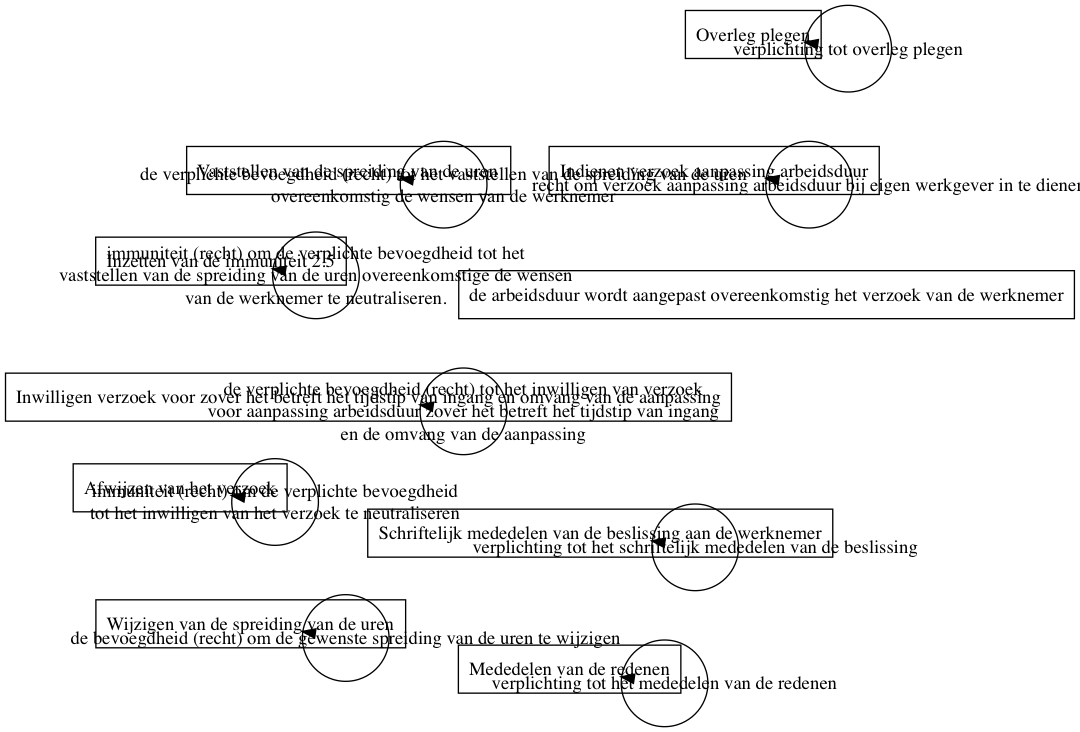
Earlier version of the Graphviz export graphviz/visualiser.png (diederikd/DeBrug). Its source is kept beside it as graphviz/visualiser.gv. The source it was exported from:
```dot




digraph diagram{
node [shape=box];"Indienen verzoek aanpassing arbeidsduur"; "Overleg plegen"; "Inwilligen verzoek voor zover het betreft het tijdstip van ingang en omvang van de aanpassing"; "Afwijzen van het verzoek"; "Vaststellen van de spreiding van de uren"; "Wijzigen van de spreiding van de uren"; "Inzetten van de immuniteit 2.5"; "Schriftelijk mededelen van de beslissing aan de werknemer"; "Mededelen van de redenen"; "de arbeidsduur wordt aangepast overeenkomstig het verzoek van de werknemer";
node [shape=circle,fixedsize=true,width=0.9];"recht om verzoek aanpassing arbeidsduur bij eigen werkgever in te dienen"; "verplichting tot overleg plegen"; "de verplichte bevoegdheid (recht) tot het inwilligen van verzoek
voor aanpassing arbeidsduur zover het betreft het tijdstip van ingang
en de omvang van de aanpassing"; "immuniteit (recht) om de verplichte bevoegdheid
tot het inwilligen van het verzoek te neutraliseren"; "de verplichte bevoegdheid (recht) tot het vaststellen van de spreiding van de uren
overeenkomstig de wensen van de werknemer"; "immuniteit (recht) om de verplichte bevoegdheid tot het
vaststellen van de spreiding van de uren overeenkomstige de wensen
van de werknemer te neutraliseren."; "de bevoegdheid (recht) om de gewenste spreiding van de uren te wijzigen"; "verplichting tot het schriftelijk mededelen van de beslissing"; "verplichting tot het mededelen van de redenen";
"recht om verzoek aanpassing arbeidsduur bij eigen werkgever in te dienen"->"Indienen verzoek aanpassing arbeidsduur";
"verplichting tot overleg plegen"->"Overleg plegen";
"de verplichte bevoegdheid (recht) tot het inwilligen van verzoek
voor aanpassing arbeidsduur zover het betreft het tijdstip van ingang
en de omvang van de aanpassing"->"Inwilligen verzoek voor zover het betreft het tijdstip van ingang en omvang van de aanpassing";
"immuniteit (recht) om de verplichte bevoegdheid
tot het inwilligen van het verzoek te neutraliseren"->"Afwijzen van het verzoek";
"de verplichte bevoegdheid (recht) tot het vaststellen van de spreiding van de uren
overeenkomstig de wensen van de werknemer"->"Vaststellen van de spreiding van de uren";
"immuniteit (recht) om de verplichte bevoegdheid tot het
vaststellen van de spreiding van de uren overeenkomstige de wensen
van de werknemer te neutraliseren."->"Inzetten van de immuniteit 2.5";
"de bevoegdheid (recht) om de gewenste spreiding van de uren te wijzigen"->"Wijzigen van de spreiding van de uren";
"verplichting tot het schriftelijk mededelen van de beslissing"->"Schriftelijk mededelen van de beslissing aan de werknemer";
"verplichting tot het mededelen van de redenen"->"Mededelen van de redenen";
"Indienen verzoek aanpassing arbeidsduur"->"verplichting tot overleg plegen";"Indienen verzoek aanpassing arbeidsduur"->"de verplichte bevoegdheid (recht) tot het inwilligen van verzoek
voor aanpassing arbeidsduur zover het betreft het tijdstip van ingang
en de omvang van de aanpassing";"Indienen verzoek aanpassing arbeidsduur"->"immuniteit (recht) om de verplichte bevoegdheid
tot het inwilligen van het verzoek te neutraliseren";"Inwilligen verzoek voor zover het betreft het tijdstip van ingang en omvang van de aanpassing"->"de verplichte bevoegdheid (recht) tot het vaststellen van de spreiding van de uren
overeenkomstig de wensen van de werknemer";"Inwilligen verzoek voor zover het betreft het tijdstip van ingang en omvang van de aanpassing"->"immuniteit (recht) om de verplichte bevoegdheid tot het
vaststellen van de spreiding van de uren overeenkomstige de wensen
van de werknemer te neutraliseren.";"Afwijzen van het verzoek"->"verplichting tot het schriftelijk mededelen van de beslissing";"Afwijzen van het verzoek"->"verplichting tot het mededelen van de redenen";"Vaststellen van de spreiding van de uren"->"verplichting tot het mededelen van de redenen";"Wijzigen van de spreiding van de uren"->"verplichting tot het mededelen van de redenen";"Inzetten van de immuniteit 2.5"->"de bevoegdheid (recht) om de gewenste spreiding van de uren te wijzigen";}
```
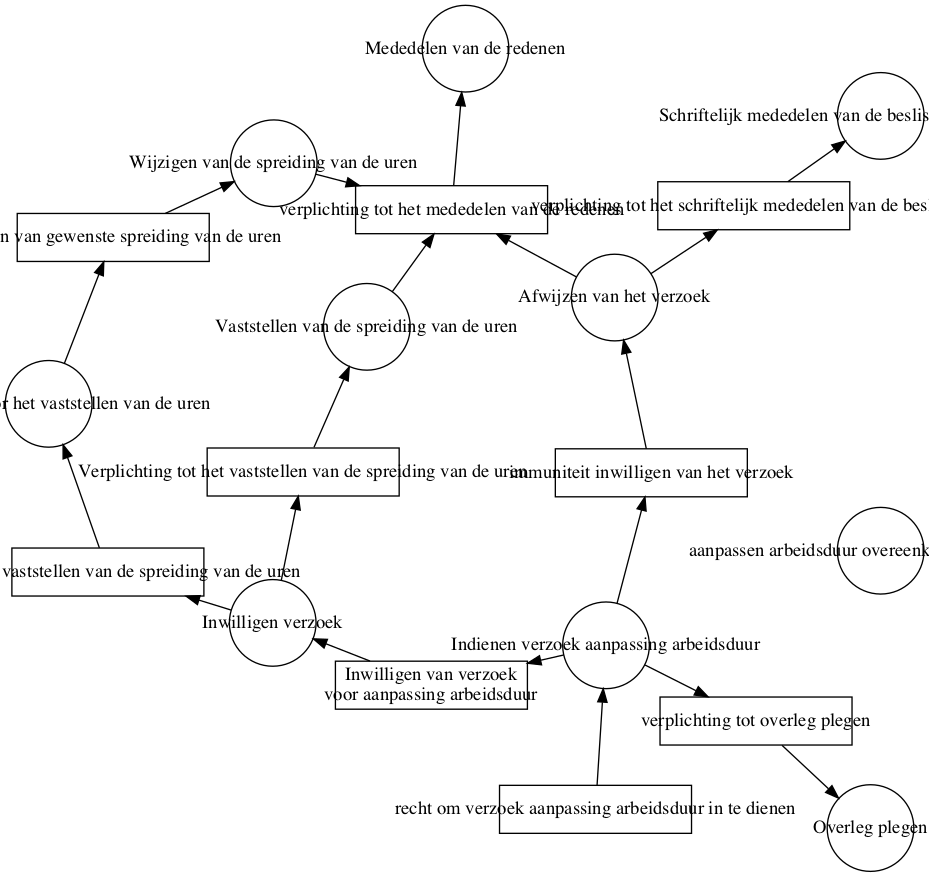
The same diagram one commit later.

Change to the diagram source:
```diff
@@ -3,33 +3,39 @@
 
 
 digraph diagram{
-node [shape=box];"Indienen verzoek aanpassing arbeidsduur"; "Overleg plegen"; "Inwilligen verzoek voor zover het betreft het tijdstip van ingang en omvang van de aanpassing"; "Afwijzen van het verzoek"; "Vaststellen van de spreiding van de uren"; "Wijzigen van de spreiding van de uren"; "Inzetten van de immuniteit 2.5"; "Schriftelijk mededelen van de beslissing aan de werknemer"; "Mededelen van de redenen"; "de arbeidsduur wordt aangepast overeenkomstig het verzoek van de werknemer";
-node [shape=circle,fixedsize=true,width=0.9];"recht om verzoek aanpassing arbeidsduur bij eigen werkgever in te dienen"; "verplichting tot overleg plegen"; "de verplichte bevoegdheid (recht) tot het inwilligen van verzoek
-voor aanpassing arbeidsduur zover het betreft het tijdstip van ingang
-en de omvang van de aanpassing"; "immuniteit (recht) om de verplichte bevoegdheid
-tot het inwilligen van het verzoek te neutraliseren"; "de verplichte bevoegdheid (recht) tot het vaststellen van de spreiding van de uren
-overeenkomstig de wensen van de werknemer"; "immuniteit (recht) om de verplichte bevoegdheid tot het
-vaststellen van de spreiding van de uren overeenkomstige de wensen
-van de werknemer te neutraliseren."; "de bevoegdheid (recht) om de gewenste spreiding van de uren te wijzigen"; "verplichting tot het schriftelijk mededelen van de beslissing"; "verplichting tot het mededelen van de redenen";
-"recht om verzoek aanpassing arbeidsduur bij eigen werkgever in te dienen"->"Indienen verzoek aanpassing arbeidsduur";
+node [shape=circle,fixedsize=true,width=0.9];"Indienen verzoek aanpassing arbeidsduur"; "Overleg plegen"; "Inwilligen verzoek"; "Afwijzen van het verzoek"; "Vaststellen van de spreiding van de uren"; "Wijzigen van de spreiding van de uren"; "Immuniteit voor het vaststellen van de uren"; "Schriftelijk mededelen van de beslissing aan de werknemer"; "Mededelen van de redenen"; "aanpassen arbeidsduur overeenkomstig het verzoek";
+node [shape=box, width=2];"recht om verzoek aanpassing arbeidsduur in te dienen"; "verplichting tot overleg plegen"; "Inwilligen van verzoek
+voor aanpassing arbeidsduur"; "immuniteit inwilligen van het verzoek"; "Verplichting tot het vaststellen van de spreiding van de uren"; "immuniteit vaststellen van de spreiding van de uren"; "wijzigen van gewenste spreiding van de uren"; "verplichting tot het schriftelijk mededelen van de beslissing"; "verplichting tot het mededelen van de redenen";
+"recht om verzoek aanpassing arbeidsduur in te dienen"->"Indienen verzoek aanpassing arbeidsduur";
+
 "verplichting tot overleg plegen"->"Overleg plegen";
-"de verplichte bevoegdheid (recht) tot het inwilligen van verzoek
-voor aanpassing arbeidsduur zover het betreft het tijdstip van ingang
-en de omvang van de aanpassing"->"Inwilligen verzoek voor zover het betreft het tijdstip van ingang en omvang van de aanpassing";
-"immuniteit (recht) om de verplichte bevoegdheid
-tot het inwilligen van het verzoek te neutraliseren"->"Afwijzen van het verzoek";
-"de verplichte bevoegdheid (recht) tot het vaststellen van de spreiding van de uren
-overeenkomstig de wensen van de werknemer"->"Vaststellen van de spreiding van de uren";
-"immuniteit (recht) om de verplichte bevoegdheid tot het
-vaststellen van de spreiding van de uren overeenkomstige de wensen
-van de werknemer te neutraliseren."->"Inzetten van de immuniteit 2.5";
-"de bevoegdheid (recht) om de gewenste spreiding van de uren te wijzigen"->"Wijzigen van de spreiding van de uren";
+
+"Inwilligen van verzoek
+voor aanpassing arbeidsduur"->"Inwilligen verzoek";
+
+"immuniteit inwilligen van het verzoek"->"Afwijzen van het verzoek";
+
+"Verplichting tot het vaststellen van de spreiding van de uren"->"Vaststellen van de spreiding van de uren";
+
+"immuniteit vaststellen van de spreiding van de uren"->"Immuniteit voor het vaststellen van de uren";
+
+"wijzigen van gewenste spreiding van de uren"->"Wijzigen van de spreiding van de uren";
+
 "verplichting tot het schriftelijk mededelen van de beslissing"->"Schriftelijk mededelen van de beslissing aan de werknemer";
+
 "verplichting tot het mededelen van de redenen"->"Mededelen van de redenen";
-"Indienen verzoek aanpassing arbeidsduur"->"verplichting tot overleg plegen";"Indienen verzoek aanpassing arbeidsduur"->"de verplichte bevoegdheid (recht) tot het inwilligen van verzoek
-voor aanpassing arbeidsduur zover het betreft het tijdstip van ingang
-en de omvang van de aanpassing";"Indienen verzoek aanpassing arbeidsduur"->"immuniteit (recht) om de verplichte bevoegdheid
-tot het inwilligen van het verzoek te neutraliseren";"Inwilligen verzoek voor zover het betreft het tijdstip van ingang en omvang van de aanpassing"->"de verplichte bevoegdheid (recht) tot het vaststellen van de spreiding van de uren
-overeenkomstig de wensen van de werknemer";"Inwilligen verzoek voor zover het betreft het tijdstip van ingang en omvang van de aanpassing"->"immuniteit (recht) om de verplichte bevoegdheid tot het
-vaststellen van de spreiding van de uren overeenkomstige de wensen
-van de werknemer te neutraliseren.";"Afwijzen van het verzoek"->"verplichting tot het schriftelijk mededelen van de beslissing";"Afwijzen van het verzoek"->"verplichting tot het mededelen van de redenen";"Vaststellen van de spreiding van de uren"->"verplichting tot het mededelen van de redenen";"Wijzigen van de spreiding van de uren"->"verplichting tot het mededelen van de redenen";"Inzetten van de immuniteit 2.5"->"de bevoegdheid (recht) om de gewenste spreiding van de uren te wijzigen";}
+
+"Indienen verzoek aanpassing arbeidsduur"->"verplichting tot overleg plegen";
+"Indienen verzoek aanpassing arbeidsduur"->"Inwilligen van verzoek
+voor aanpassing arbeidsduur";
+"Indienen verzoek aanpassing arbeidsduur"->"immuniteit inwilligen van het verzoek";
+"Inwilligen verzoek"->"Verplichting tot het vaststellen van de spreiding van de uren";
+"Inwilligen verzoek"->"immuniteit vaststellen van de spreiding van de uren";
+"Afwijzen van het verzoek"->"verplichting tot het schriftelijk mededelen van de beslissing";
+"Afwijzen van het verzoek"->"verplichting tot het mededelen van de redenen";
+"Vaststellen van de spreiding van de uren"->"verplichting tot het mededelen van de redenen";
+"Wijzigen van de spreiding van de uren"->"verplichting tot het mededelen van de redenen";
+"Immuniteit voor het vaststellen van de uren"->"wijzigen van gewenste spreiding van de uren";
+overlap=false
+fontsize=12;
+}
```
